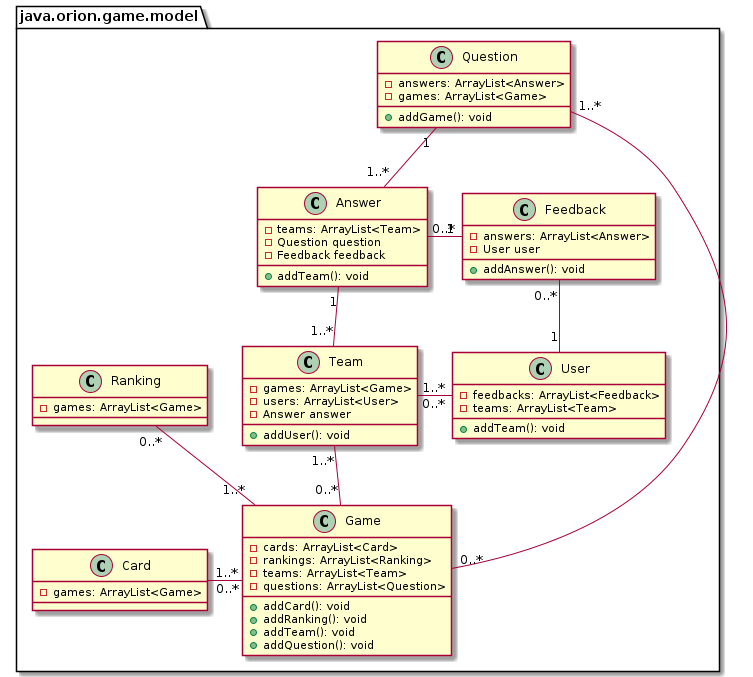
Earlier version of the PlantUML export docs/diagram.png (orion-services/game).
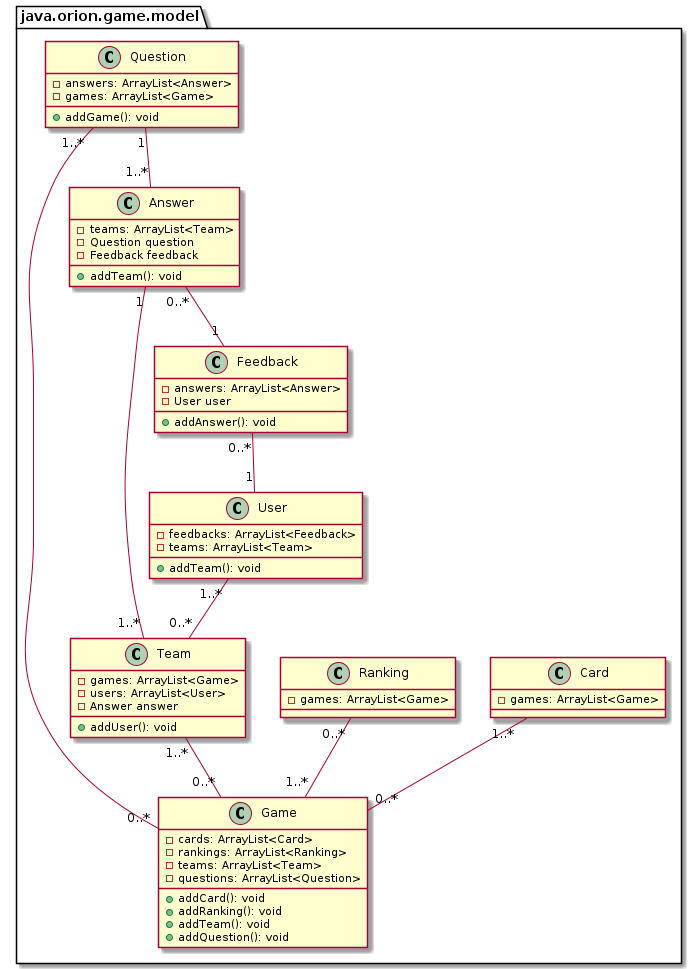
Above is the later version.

The edit, as a diff of the source:
```diff
@@ -53,13 +53,13 @@
     }
 
      Team "1..*" -- "0..*" Game
-     Card "1..*" - "0..*" Game
+     Card "1..*" -- "0..*" Game
      Ranking "0..*" -- "1..*" Game
      Question "1..*" -- "0..*" Game
      Question "1" -- "1..*" Answer
      Answer "1" -- "1..*" Team
-     Answer "0..*" - "1" Feedback
-     Feedback "0..*" - "1" User
-     User "1..*" - "0..*" Team
+     Answer "0..*" -- "1" Feedback
+     Feedback "0..*" -- "1" User
+     User "1..*" -- "0..*" Team
 }
 @enduml
```
